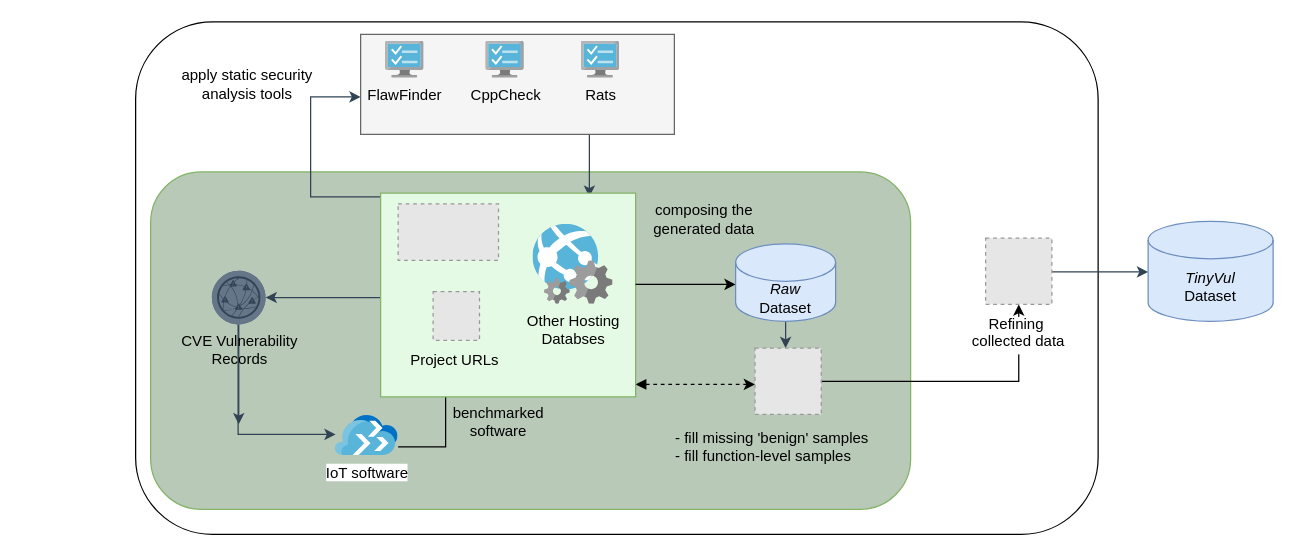
Earlier version of the draw.io diagram figure/framework.drawio (SmartSecLab/IoTvulCode). Source tidied: cells renumbered, new cells numbered last; positions are measured from the earlier drawing's top-left corner, leaving out a move shared by most shapes. Both pictures are drawn from the tidied source at 125%, with x=0, y=0 at pixel (135, 21). Pictures stored in the file or linked from it are replaced by grey dashed boxes.
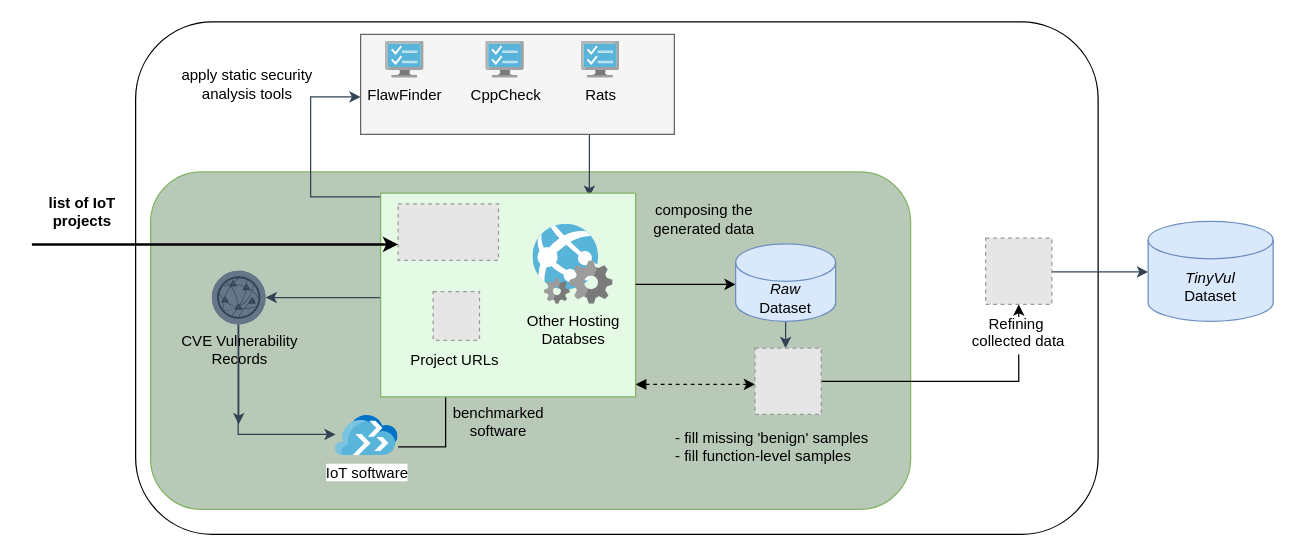
After the change.

The change refers to these unchanged cells:
```xml
<mxCell id="24" style="fillColor=#E6E6E6;strokeColor=#999999;dashed=1;verticalLabelPosition=bottom;labelBackgroundColor=none;verticalAlign=top;fontColor=default;" parent="23" vertex="1">
  <mxGeometry x="14" y="8.6" width="80.3" height="45.2" as="geometry" />
</mxCell>
```

Change to the diagram source:
```diff
@@
+    <mxCell id="35" style="edgeStyle=elbowEdgeStyle;rounded=0;jettySize=auto;html=1;elbow=vertical;fontColor=#000000;strokeWidth=2;" parent="1" edge="1" target="24">
+      <mxGeometry relative="1" as="geometry">
+        <mxPoint x="-83" y="178" as="sourcePoint" />
+        <Array as="points">
+          <mxPoint x="-50" y="178" />
+        </Array>
+      </mxGeometry>
+    </mxCell>
+    <mxCell id="36" value="&lt;b&gt;list of IoT &lt;br&gt;projects&lt;/b&gt;" style="text;html=1;align=center;verticalAlign=middle;" parent="1" vertex="1">
+      <mxGeometry x="-78" y="137" width="70" height="30" as="geometry" />
+    </mxCell>
```
